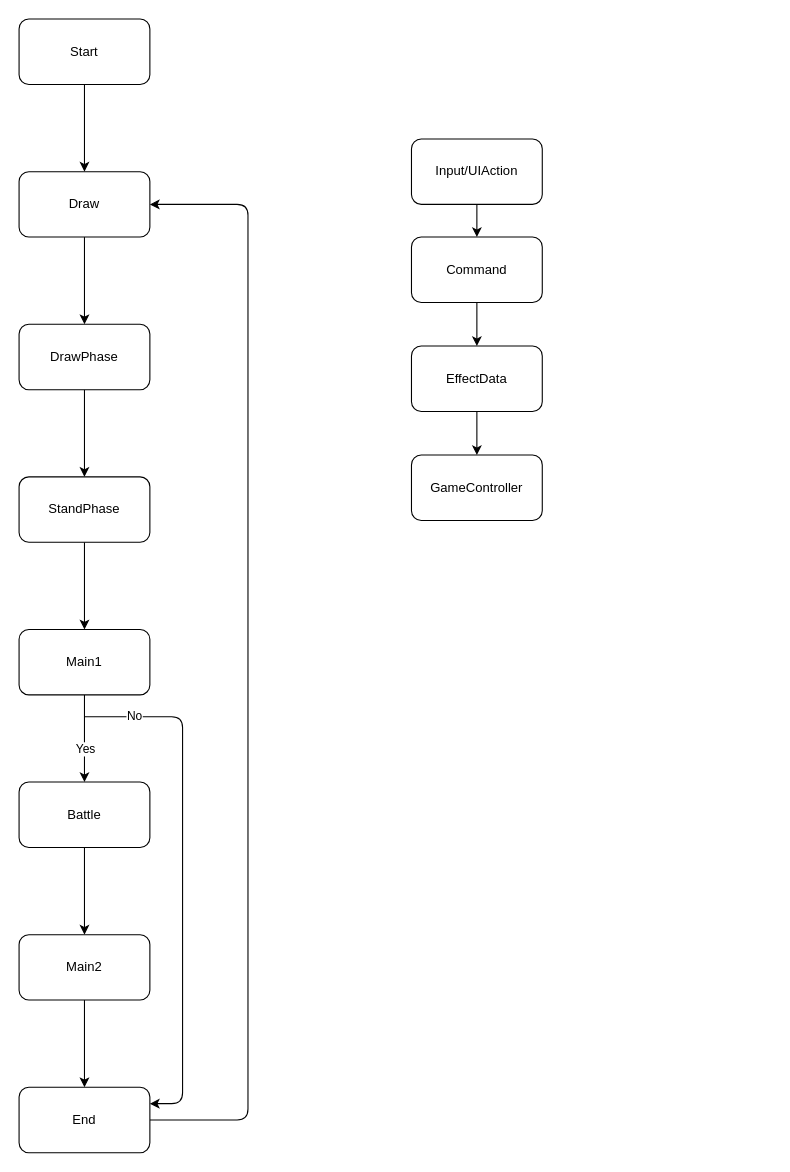
This is Assets/SystemDesign.drawio from JianMaster/yu-gi-oh_training, a draw.io file, before an edit. Source tidied: cells renumbered, new cells numbered last; positions are measured from the earlier drawing's top-left corner, leaving out a move shared by most shapes. Both pictures are drawn from the tidied source at 109%, with x=0, y=0 at pixel (19, 19).
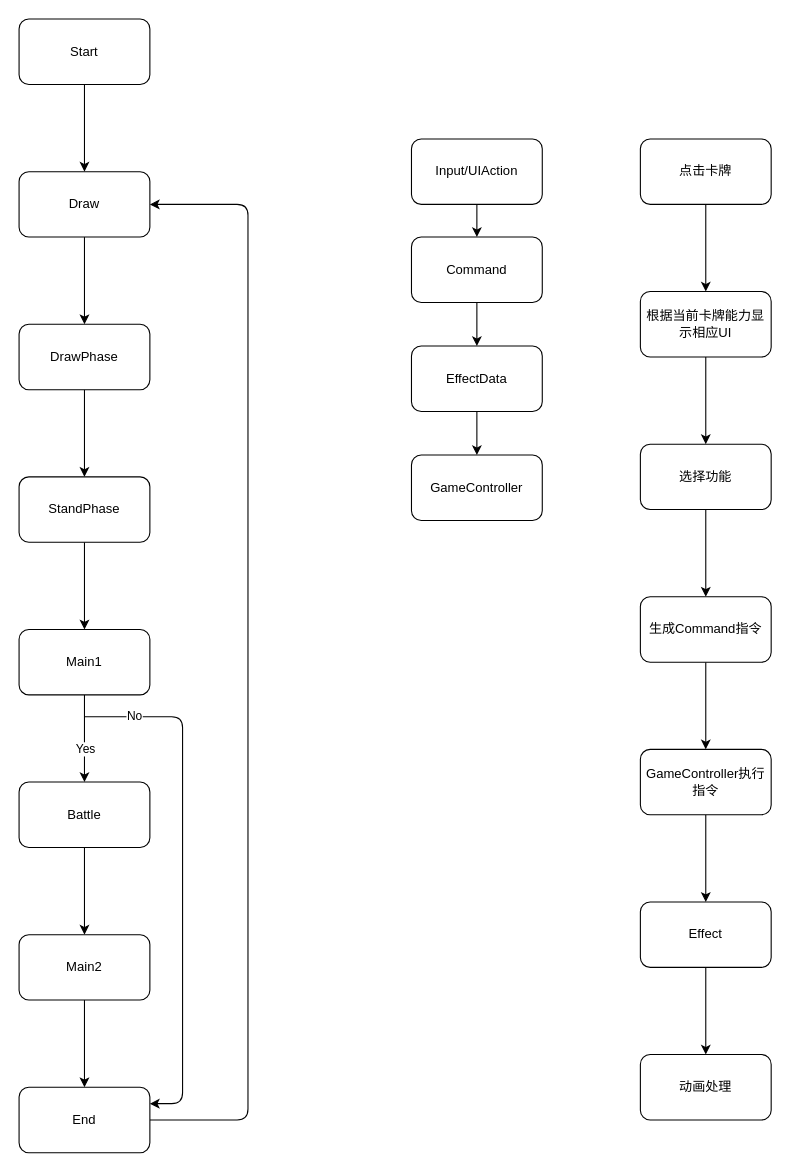
After the change.

Diff of the diagram source:
```diff
@@
+    <mxCell id="28" style="edgeStyle=none;html=1;" parent="1" edge="1" source="29" target="31">
+      <mxGeometry relative="1" as="geometry" />
+    </mxCell>
+    <mxCell id="29" value="点击卡牌" style="rounded=1;whiteSpace=wrap;html=1;" parent="1" vertex="1">
+      <mxGeometry x="570" y="110" width="120" height="60" as="geometry" />
+    </mxCell>
+    <mxCell id="30" style="edgeStyle=none;html=1;" parent="1" edge="1" source="31" target="33">
+      <mxGeometry relative="1" as="geometry" />
+    </mxCell>
+    <mxCell id="31" value="根据当前卡牌能力显示相应UI" style="whiteSpace=wrap;html=1;rounded=1;" parent="1" vertex="1">
+      <mxGeometry x="570" y="250" width="120" height="60" as="geometry" />
+    </mxCell>
+    <mxCell id="32" style="edgeStyle=none;html=1;" parent="1" edge="1" source="33" target="35">
+      <mxGeometry relative="1" as="geometry" />
+    </mxCell>
+    <mxCell id="33" value="选择功能" style="whiteSpace=wrap;html=1;rounded=1;" parent="1" vertex="1">
+      <mxGeometry x="570" y="390" width="120" height="60" as="geometry" />
+    </mxCell>
+    <mxCell id="34" style="edgeStyle=none;html=1;" parent="1" edge="1" source="35" target="37">
+      <mxGeometry relative="1" as="geometry" />
+    </mxCell>
+    <mxCell id="35" value="生成Command指令" style="whiteSpace=wrap;html=1;rounded=1;" parent="1" vertex="1">
+      <mxGeometry x="570" y="530" width="120" height="60" as="geometry" />
+    </mxCell>
+    <mxCell id="36" style="edgeStyle=none;html=1;" parent="1" edge="1" source="37" target="39">
+      <mxGeometry relative="1" as="geometry" />
+    </mxCell>
+    <mxCell id="37" value="GameController执行指令" style="whiteSpace=wrap;html=1;rounded=1;" parent="1" vertex="1">
+      <mxGeometry x="570" y="670" width="120" height="60" as="geometry" />
+    </mxCell>
+    <mxCell id="38" style="edgeStyle=none;html=1;" parent="1" edge="1" source="39" target="40">
+      <mxGeometry relative="1" as="geometry" />
+    </mxCell>
+    <mxCell id="39" value="Effect" style="whiteSpace=wrap;html=1;rounded=1;" parent="1" vertex="1">
+      <mxGeometry x="570" y="810" width="120" height="60" as="geometry" />
+    </mxCell>
+    <mxCell id="40" value="动画处理" style="whiteSpace=wrap;html=1;rounded=1;" parent="1" vertex="1">
+      <mxGeometry x="570" y="950" width="120" height="60" as="geometry" />
+    </mxCell>
```
